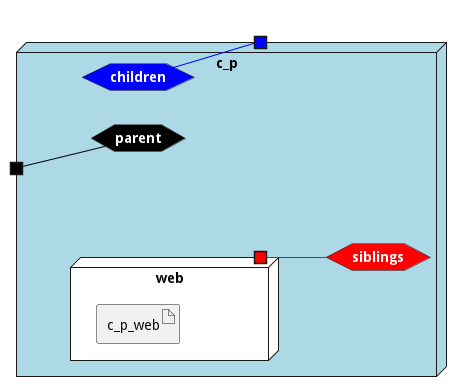
madajaju/edgemere keeps this PlantUML diagram as docs/edgemere/cpl/pw/envs/prod/deployment.png. Above is the earlier version.
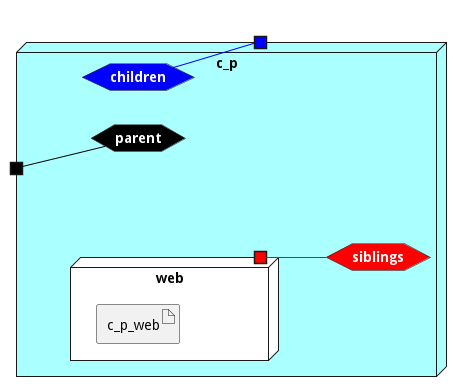
The same diagram one commit later.

Change to the diagram source:
```diff
@@ -8,7 +8,7 @@
 
 
 
-node "c_p" #lightblue {
+node "c_p" #aaffff {
 
 
     hexagon parentnet #black [
```
